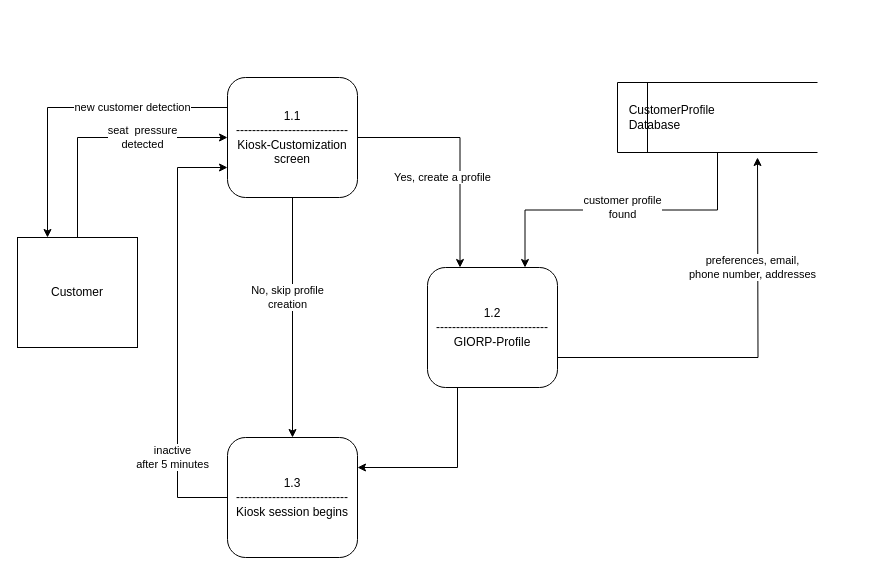
paige71/Draw.io keeps this draw.io diagram as Untitled Diagram.drawio. Above is the earlier version. Source tidied: cells renumbered, new cells numbered last; positions are measured from the earlier drawing's top-left corner, leaving out a move shared by most shapes. Both pictures are drawn from the tidied source at 100%, with x=0, y=0 at pixel (17, 17).
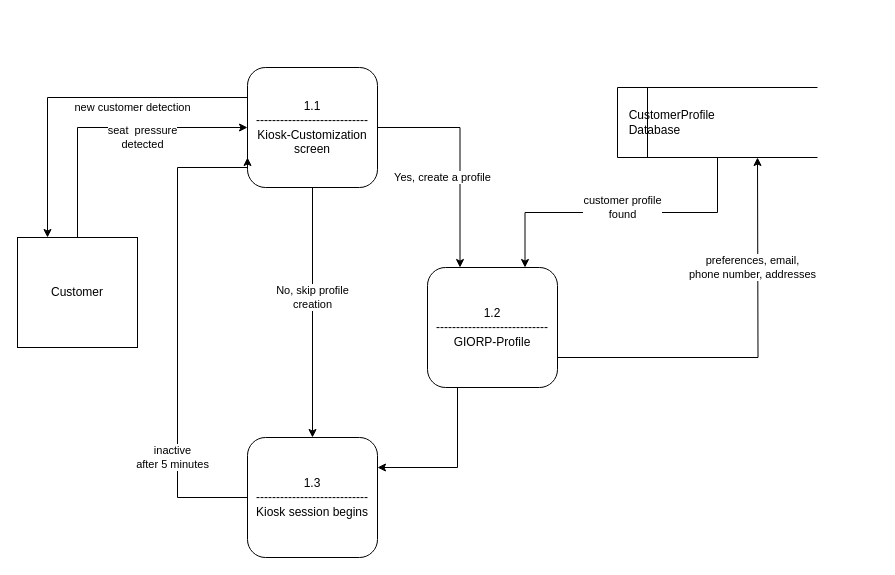
After the change.

Diff of the diagram source:
```diff
@@
-    <mxCell id="4" style="edgeStyle=orthogonalEdgeStyle;rounded=0;jettySize=auto;html=1;exitX=0.5;exitY=1;exitDx=0;exitDy=0;" parent="1" edge="1" source="5" target="18">
+    <mxCell id="4" style="edgeStyle=orthogonalEdgeStyle;rounded=0;jettySize=auto;html=1;exitX=0.5;exitY=1;exitDx=0;exitDy=0;entryX=0.5;entryY=0;entryDx=0;entryDy=0;" parent="1" edge="1" source="5" target="18">
       <mxGeometry relative="1" as="geometry" />
     </mxCell>
     <mxCell id="5" value="1.1&lt;br&gt;----------------------------&lt;br&gt;Kiosk-Customization&lt;br&gt;screen" style="rounded=1;whiteSpace=wrap;html=1;" parent="1" vertex="1">
-      <mxGeometry x="210" y="60" width="130" height="120" as="geometry" />
+      <mxGeometry x="230" y="50" width="130" height="120" as="geometry" />
     </mxCell>
@@
     <mxCell id="14" value="&lt;span style=&quot;white-space: pre&quot;&gt;&lt;span style=&quot;white-space: pre&quot;&gt; &lt;span style=&quot;white-space: pre&quot;&gt; &lt;/span&gt;&lt;/span&gt;CustomerProfile &lt;br/&gt;&lt;span style=&quot;white-space: pre&quot;&gt; &lt;/span&gt;&lt;span style=&quot;white-space: pre&quot;&gt; &lt;/span&gt;Database&lt;/span&gt;" style="html=1;dashed=0;whitespace=wrap;shape=mxgraph.dfd.dataStoreID;align=left;spacingLeft=3;points=[[0,0],[0.5,0],[1,0],[0,0.5],[1,0.5],[0,1],[0.5,1],[1,1]];" parent="1" vertex="1">
-      <mxGeometry x="600" y="65" width="200" height="70" as="geometry" />
+      <mxGeometry x="600" y="70" width="200" height="70" as="geometry" />
     </mxCell>
@@
     <mxCell id="18" value="1.3&lt;br&gt;----------------------------&lt;br&gt;Kiosk session begins" style="rounded=1;whiteSpace=wrap;html=1;" parent="1" vertex="1">
-      <mxGeometry x="210" y="420" width="130" height="120" as="geometry" />
+      <mxGeometry x="230" y="420" width="130" height="120" as="geometry" />
     </mxCell>
@@
     <mxCell id="21" value="No, skip profile&lt;br&gt;creation" style="edgeLabel;html=1;align=center;verticalAlign=middle;" parent="1" vertex="1">
-      <mxGeometry x="395" y="190" as="geometry">
+      <mxGeometry x="420" y="190" as="geometry">
         <mxPoint x="-126" y="89" as="offset" />
       </mxGeometry>
     </mxCell>
```
